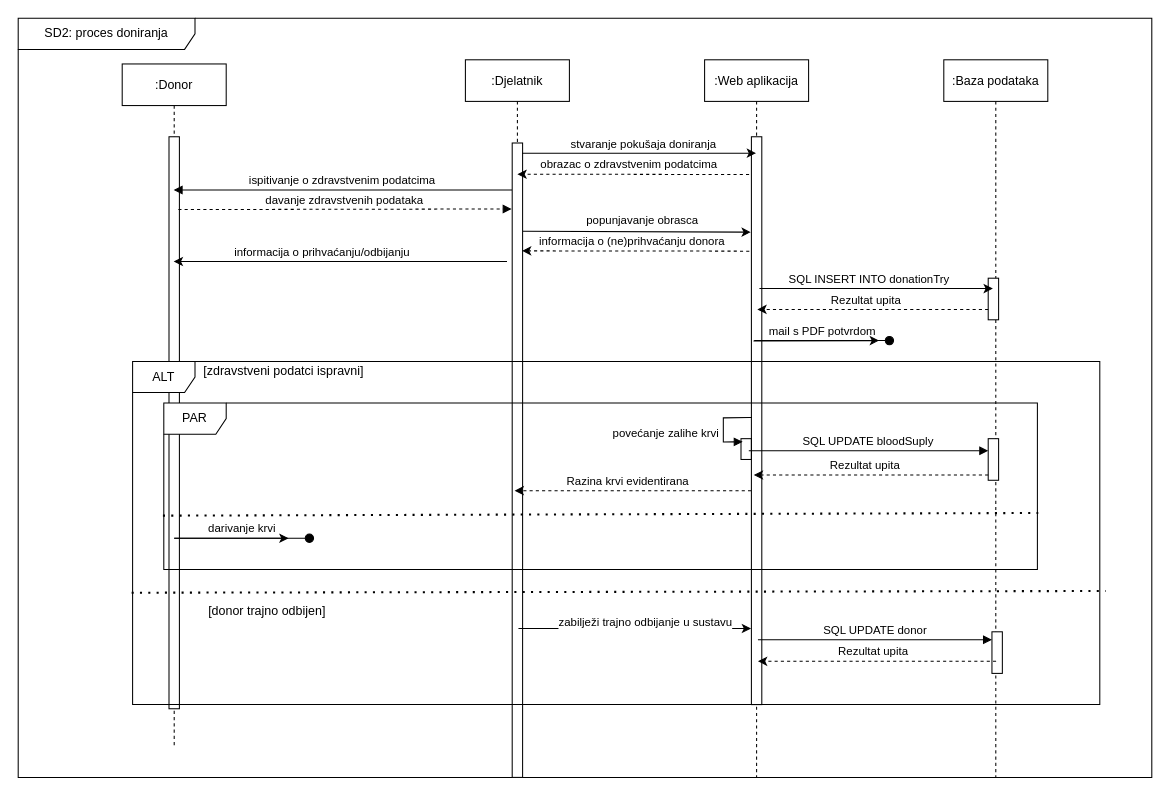
The draw.io diagram page "SD2 uređivanje zdravstvenih podataka i doniranje" (2 of 2) of Dokumentacija/Use cases/Sekvencijski.drawio in ToniIvankovic/TrueBlood, before the edit. Source tidied: cells renumbered, new cells numbered last; positions are measured from the earlier drawing's top-left corner, leaving out a move shared by most shapes. Both pictures are drawn from the tidied source at 104%, with x=0, y=0 at pixel (18, 18).
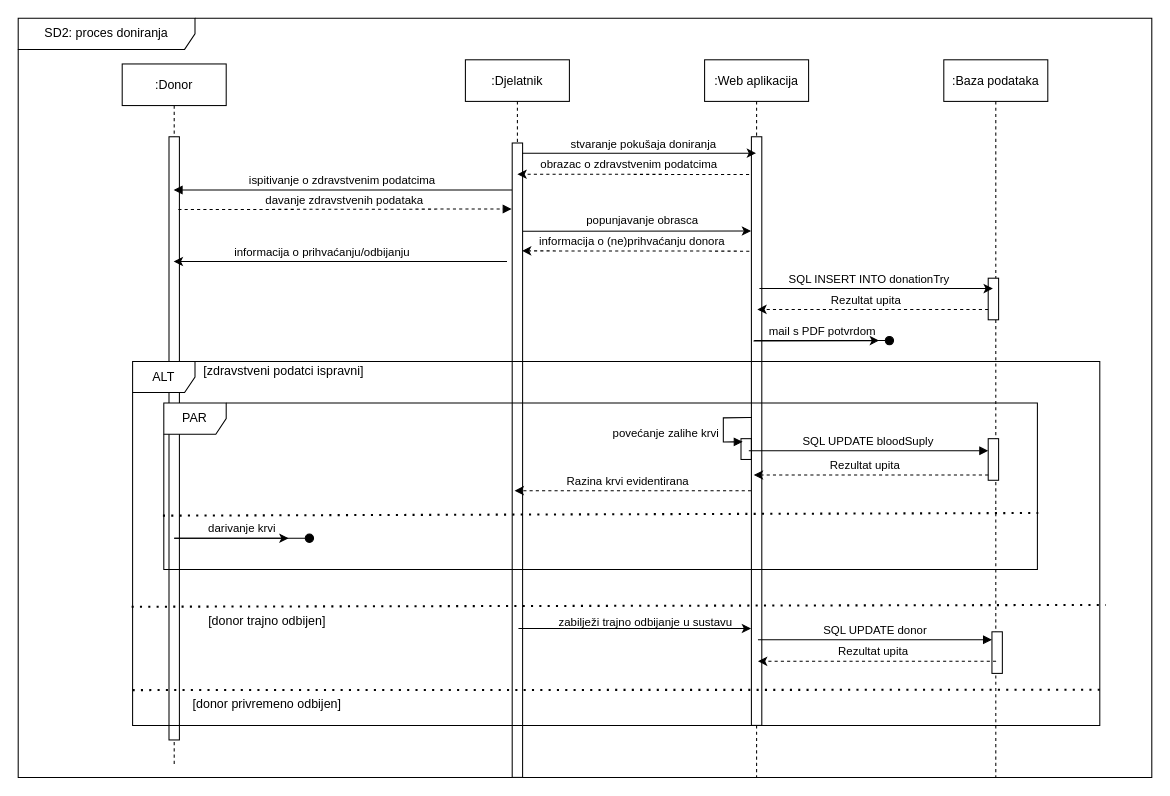
After the change.

The change refers to these unchanged cells:
```xml
<mxCell id="4" value=":Web aplikacija" style="shape=umlLifeline;perimeter=lifelinePerimeter;rounded=0;shadow=0;strokeWidth=1;" parent="1" vertex="1">
  <mxGeometry x="660" y="40" width="100" height="690" as="geometry" />
</mxCell>
<mxCell id="11" style="points=[];perimeter=orthogonalPerimeter;rounded=0;shadow=0;strokeWidth=1;" parent="10" vertex="1">
  <mxGeometry x="45" y="80" width="10" height="610" as="geometry" />
</mxCell>
<mxCell id="31" style="endArrow=classic;html=1;entryX=-0.167;entryY=0.602;entryDx=0;entryDy=0;entryPerimeter=0;" parent="1" edge="1">
  <mxGeometry relative="1" as="geometry">
    <mxPoint x="481" y="586.8" as="sourcePoint" />
    <mxPoint x="704.7" y="586.8" as="targetPoint" />
  </mxGeometry>
</mxCell>
```

What changed in the source:
```diff
@@
     <mxCell id="5" style="points=[];perimeter=orthogonalPerimeter;rounded=0;shadow=0;strokeWidth=1;" parent="4" vertex="1">
-      <mxGeometry x="45" y="74" width="10" height="546" as="geometry" />
+      <mxGeometry x="45" y="74" width="10" height="566" as="geometry" />
     </mxCell>
@@
     <mxCell id="8" value=":Donor" style="shape=umlLifeline;perimeter=lifelinePerimeter;rounded=0;shadow=0;strokeWidth=1;" parent="1" vertex="1">
-      <mxGeometry x="100" y="44" width="100" height="656" as="geometry" />
+      <mxGeometry x="100" y="44" width="100" height="676" as="geometry" />
     </mxCell>
     <mxCell id="9" style="perimeter=orthogonalPerimeter;rounded=0;shadow=0;strokeWidth=1;" parent="8" vertex="1">
-      <mxGeometry x="45" y="70" width="10" height="550" as="geometry" />
+      <mxGeometry x="45" y="70" width="10" height="580" as="geometry" />
     </mxCell>
@@
-    <mxCell id="32" value="zabilježi trajno odbijanje u sustavu" style="edgeLabel;html=1;align=center;verticalAlign=middle;" parent="31" vertex="1">
+    <mxCell id="32" value="zabilježi trajno odbijanje u sustavu" style="edgeLabel;html=1;align=center;verticalAlign=middle;labelBackgroundColor=none;" parent="31" vertex="1">
       <mxGeometry x="0.29" y="3" relative="1" as="geometry">
         <mxPoint x="-23" y="-3.8" as="offset" />
       </mxGeometry>
     </mxCell>
@@
-    <mxCell id="36" style="endArrow=classic;html=1;exitX=1.038;exitY=0.139;exitDx=0;exitDy=0;exitPerimeter=0;entryX=-0.057;entryY=0.168;entryDx=0;entryDy=0;entryPerimeter=0;" parent="1" edge="1" source="11" target="5">
+    <mxCell id="36" style="endArrow=classic;html=1;exitX=1.038;exitY=0.139;exitDx=0;exitDy=0;exitPerimeter=0;entryX=-0.028;entryY=0.16;entryDx=0;entryDy=0;entryPerimeter=0;" parent="1" edge="1" source="11" target="5">
       <mxGeometry relative="1" as="geometry" />
     </mxCell>
@@
     <mxCell id="48" value="[donor trajno odbijen]" style="text;html=1;align=center;verticalAlign=middle;fontColor=#000000;" parent="1" vertex="1">
-      <mxGeometry x="173.7" y="560" width="130" height="20" as="geometry" />
+      <mxGeometry x="173.7" y="570" width="130" height="20" as="geometry" />
     </mxCell>
@@
+    <mxCell id="52" style="endArrow=none;dashed=1;html=1;dashPattern=1 3;strokeWidth=2;exitX=0;exitY=0.903;exitDx=0;exitDy=0;exitPerimeter=0;entryX=1;entryY=0.902;entryDx=0;entryDy=0;entryPerimeter=0;" parent="1" edge="1" source="51" target="51">
+      <mxGeometry relative="1" as="geometry" />
+    </mxCell>
+    <mxCell id="53" value="[donor privremeno odbijen]" style="text;html=1;align=center;verticalAlign=middle;fontColor=#000000;" parent="1" vertex="1">
+      <mxGeometry x="158.7" y="650" width="160" height="20" as="geometry" />
+    </mxCell>
     <mxCell id="51" value="ALT" style="shape=umlFrame;whiteSpace=wrap;html=1;labelBackgroundColor=#ffffff;fontColor=#000000;" parent="1" vertex="1">
-      <mxGeometry x="110" y="330" width="930" height="330" as="geometry" />
+      <mxGeometry x="110" y="330" width="930" height="350" as="geometry" />
     </mxCell>
```
